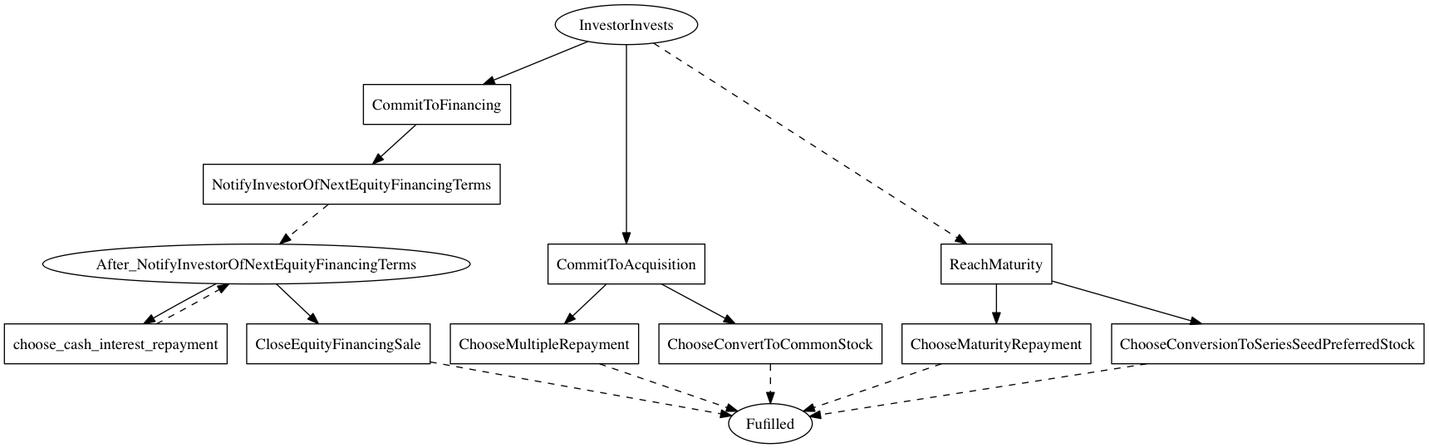
The Graphviz diagram linear_state_machine_language/pyL4/examples/out_graphviz/serious/KISS.png in Marcao02/complaw-deeptech, before a commit. Its source is kept beside it as linear_state_machine_language/pyL4/examples/out_graphviz/serious/KISS.dot. The source it was exported from:
```dot

digraph KISS {
    Fulfilled[label=Fufilled];
    InvestorInvests[label=InvestorInvests];
	After_NotifyInvestorOfNextEquityFinancingTerms[label=After_NotifyInvestorOfNextEquityFinancingTerms]


    CommitToFinancing[label=CommitToFinancing,shape=box];
	NotifyInvestorOfNextEquityFinancingTerms[label=NotifyInvestorOfNextEquityFinancingTerms,shape=box];
	choose_cash_interest_repayment[label=choose_cash_interest_repayment,shape=box];
	CloseEquityFinancingSale[label=CloseEquityFinancingSale,shape=box];
	CommitToAcquisition[label=CommitToAcquisition,shape=box];
	ChooseMultipleRepayment[label=ChooseMultipleRepayment,shape=box];
	ChooseConvertToCommonStock[label=ChooseConvertToCommonStock,shape=box];
	ReachMaturity[label=ReachMaturity,shape=box];
	ChooseMaturityRepayment[label=ChooseMaturityRepayment,shape=box];
	ChooseConversionToSeriesSeedPreferredStock[label=ChooseConversionToSeriesSeedPreferredStock,shape=box]



    InvestorInvests -> CommitToAcquisition;
	InvestorInvests -> CommitToFinancing;
	InvestorInvests -> ReachMaturity [style=dashed];
	CommitToFinancing -> NotifyInvestorOfNextEquityFinancingTerms;
	After_NotifyInvestorOfNextEquityFinancingTerms -> choose_cash_interest_repayment;
	After_NotifyInvestorOfNextEquityFinancingTerms -> CloseEquityFinancingSale;
	CommitToAcquisition -> ChooseMultipleRepayment;
	CommitToAcquisition -> ChooseConvertToCommonStock;
	ReachMaturity -> ChooseConversionToSeriesSeedPreferredStock;
	ReachMaturity -> ChooseMaturityRepayment

    NotifyInvestorOfNextEquityFinancingTerms -> After_NotifyInvestorOfNextEquityFinancingTerms [style=dashed];
	CloseEquityFinancingSale -> Fulfilled [style=dashed];
	ChooseMultipleRepayment -> Fulfilled [style=dashed];
	ChooseConvertToCommonStock -> Fulfilled [style=dashed];
	ChooseMaturityRepayment -> Fulfilled [style=dashed];
	ChooseConversionToSeriesSeedPreferredStock -> Fulfilled [style=dashed];


    choose_cash_interest_repayment -> After_NotifyInvestorOfNextEquityFinancingTerms [style=dashed];

}
```
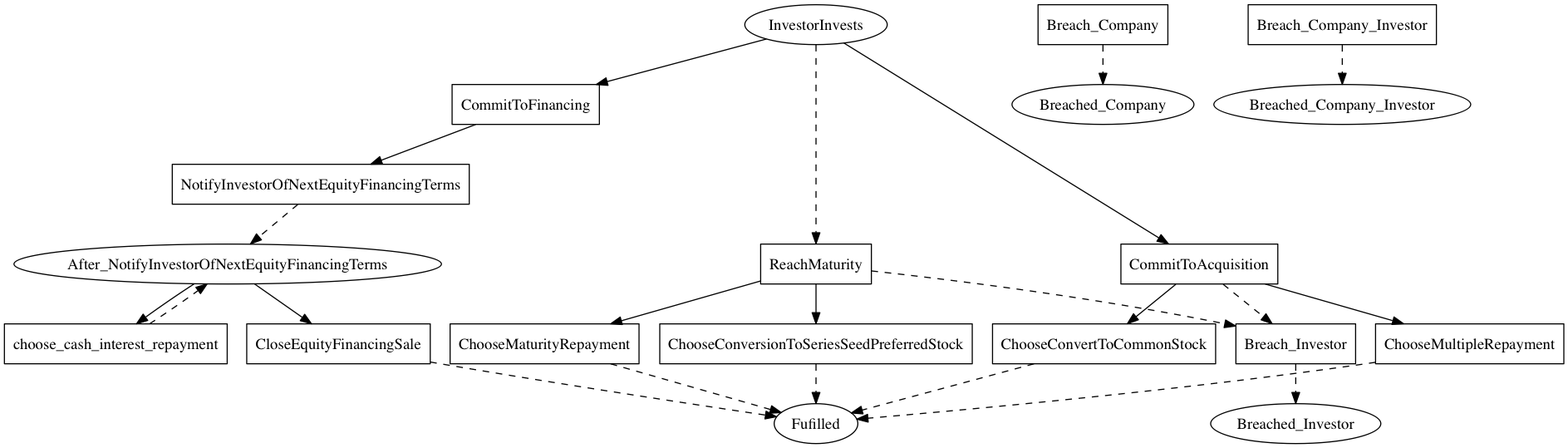
The same file after the commit.

What changed in the source:
```diff
@@ -2,7 +2,10 @@
 digraph KISS {
     Fulfilled[label=Fufilled];
     InvestorInvests[label=InvestorInvests];
-	After_NotifyInvestorOfNextEquityFinancingTerms[label=After_NotifyInvestorOfNextEquityFinancingTerms]
+	After_NotifyInvestorOfNextEquityFinancingTerms[label=After_NotifyInvestorOfNextEquityFinancingTerms];
+	Breached_Investor[label=Breached_Investor];
+	Breached_Company[label=Breached_Company];
+	Breached_Company_Investor[label=Breached_Company_Investor]
 
 
     CommitToFinancing[label=CommitToFinancing,shape=box];
@@ -14,7 +17,10 @@
 	ChooseConvertToCommonStock[label=ChooseConvertToCommonStock,shape=box];
 	ReachMaturity[label=ReachMaturity,shape=box];
 	ChooseMaturityRepayment[label=ChooseMaturityRepayment,shape=box];
-	ChooseConversionToSeriesSeedPreferredStock[label=ChooseConversionToSeriesSeedPreferredStock,shape=box]
+	ChooseConversionToSeriesSeedPreferredStock[label=ChooseConversionToSeriesSeedPreferredStock,shape=box];
+	Breach_Investor[label=Breach_Investor,shape=box];
+	Breach_Company[label=Breach_Company,shape=box];
+	Breach_Company_Investor[label=Breach_Company_Investor,shape=box]
 
 
 
@@ -26,8 +32,10 @@
 	After_NotifyInvestorOfNextEquityFinancingTerms -> CloseEquityFinancingSale;
 	CommitToAcquisition -> ChooseMultipleRepayment;
 	CommitToAcquisition -> ChooseConvertToCommonStock;
+	CommitToAcquisition -> Breach_Investor [style=dashed];
 	ReachMaturity -> ChooseConversionToSeriesSeedPreferredStock;
-	ReachMaturity -> ChooseMaturityRepayment
+	ReachMaturity -> ChooseMaturityRepayment;
+	ReachMaturity -> Breach_Investor [style=dashed]
 
     NotifyInvestorOfNextEquityFinancingTerms -> After_NotifyInvestorOfNextEquityFinancingTerms [style=dashed];
 	CloseEquityFinancingSale -> Fulfilled [style=dashed];
@@ -35,6 +43,9 @@
 	ChooseConvertToCommonStock -> Fulfilled [style=dashed];
 	ChooseMaturityRepayment -> Fulfilled [style=dashed];
 	ChooseConversionToSeriesSeedPreferredStock -> Fulfilled [style=dashed];
+	Breach_Investor -> Breached_Investor [style=dashed];
+	Breach_Company -> Breached_Company [style=dashed];
+	Breach_Company_Investor -> Breached_Company_Investor [style=dashed];
 
 
     choose_cash_interest_repayment -> After_NotifyInvestorOfNextEquityFinancingTerms [style=dashed];
```
